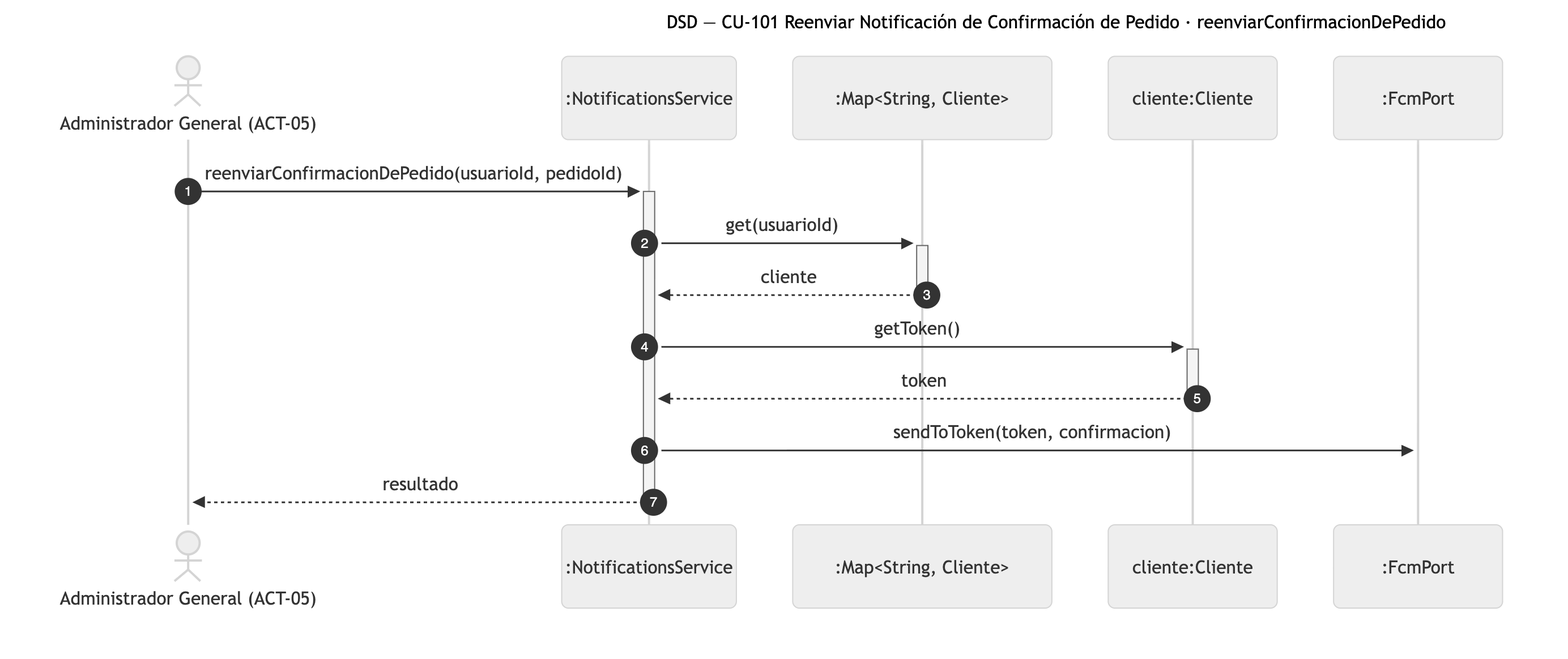
Above: diagramas/png/DSD_CU-101_reenviarConfirmacionDePedido.png in Nahuelito-Dev/splg-docs (Mermaid), before the change. Its source is kept beside it as diagramas/DSD_CU-101_reenviarConfirmacionDePedido.mmd. Source of this version:
```mermaid
sequenceDiagram
    title DSD — CU-101 Reenviar Notificación de Confirmación de Pedido · reenviarConfirmacionDePedido
    autonumber
    actor AGN as Administrador General (ACT-05)
    participant SRV as :NotificationsService
    participant COL as :Map#lt;String, Cliente#gt;
    participant CLE as cliente:Cliente
    participant FCM as :FcmPort

    AGN->>+SRV: reenviarConfirmacionDePedido(usuarioId, pedidoId)
    SRV->>+COL: get(usuarioId)
    COL-->>-SRV: cliente
    SRV->>+CLE: getToken()
    CLE-->>-SRV: token
    SRV->>FCM: sendToToken(token, confirmacion)
    SRV-->>-AGN: resultado
```
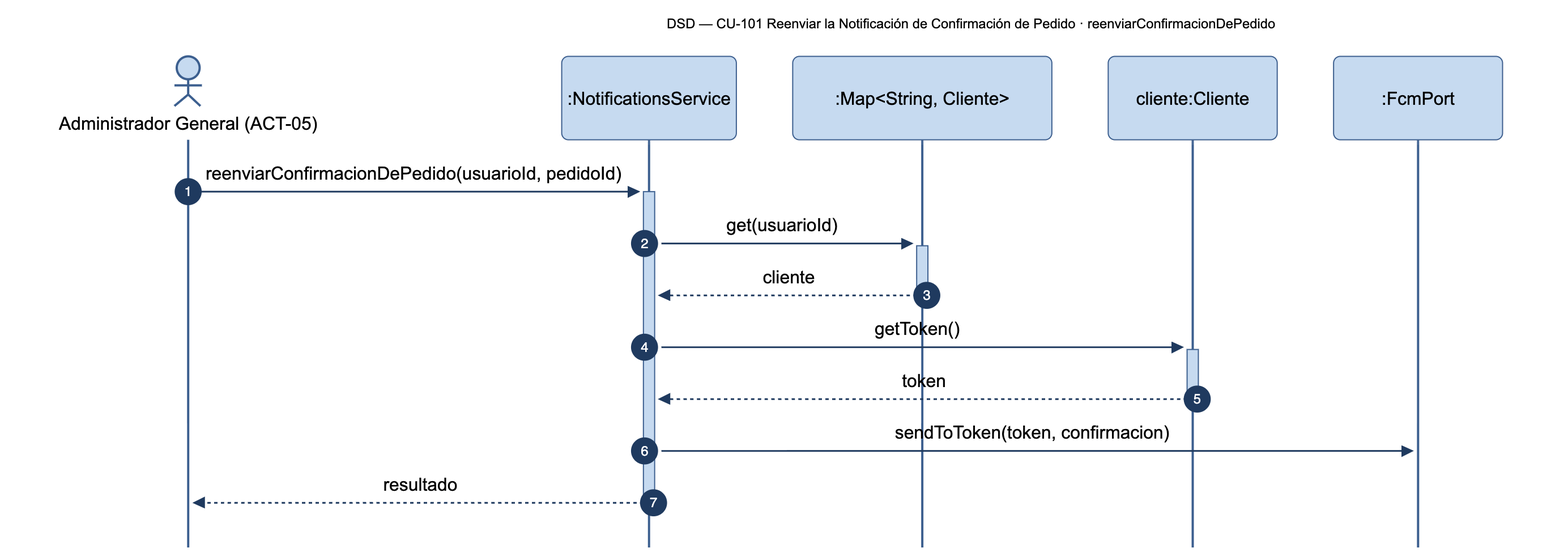
The same diagram one commit later.

What changed in the source:
```diff
@@ -1,5 +1,5 @@
 sequenceDiagram
-    title DSD — CU-101 Reenviar Notificación de Confirmación de Pedido · reenviarConfirmacionDePedido
+    title DSD — CU-101 Reenviar la Notificación de Confirmación de Pedido · reenviarConfirmacionDePedido
     autonumber
     actor AGN as Administrador General (ACT-05)
     participant SRV as :NotificationsService
```
